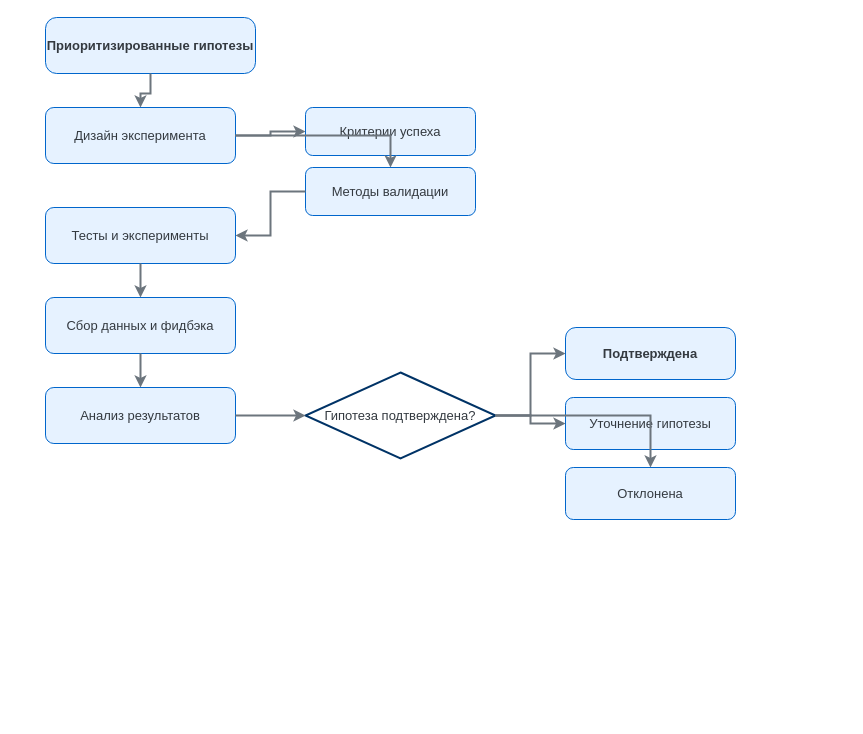
This is тестыИИ/discovery/drawio/02-phase-2-1-validation.drawio from jackrescuer-gif/Discovery-in-value, a draw.io file, before an edit. Source tidied: cells renumbered, new cells numbered last; positions are measured from the earlier drawing's top-left corner, leaving out a move shared by most shapes. Both pictures are drawn from the tidied source at 100%, with x=0, y=0 at pixel (45, 17).
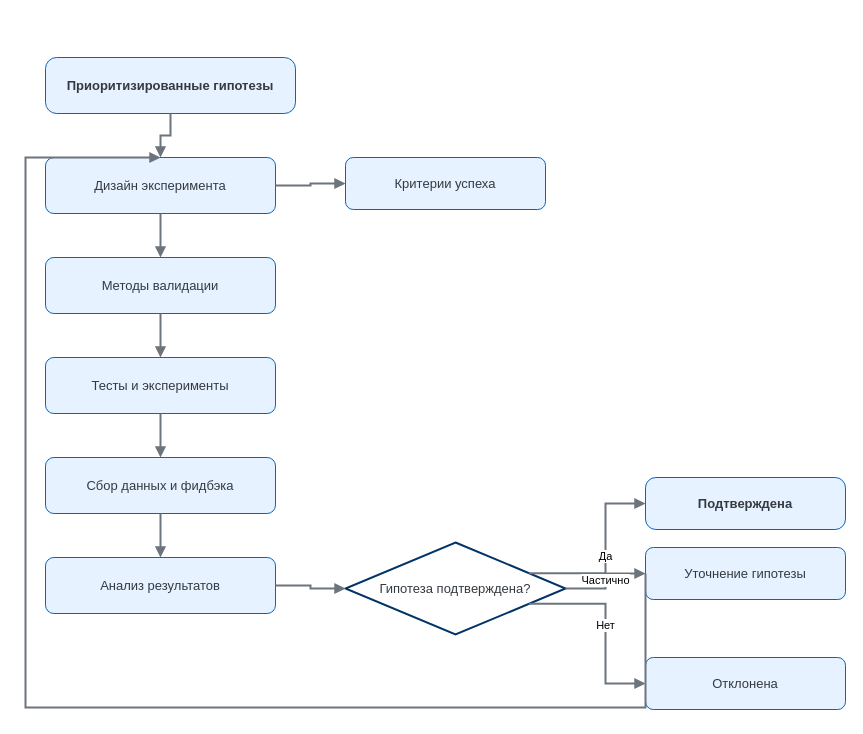
The same page after the edit.

The edit, as a diff of the source:
```diff
@@
     <mxCell id="2" value="Приоритизированные гипотезы" style="rounded=1;whiteSpace=wrap;html=1;arcSize=20;fillColor=#E6F2FF;strokeColor=#0066CC;fontColor=#343A40;fontSize=13;fontStyle=1;" parent="1" vertex="1">
-      <mxGeometry width="210" height="56" as="geometry" />
+      <mxGeometry y="40" width="250" height="56" as="geometry" />
     </mxCell>
     <mxCell id="3" value="Дизайн эксперимента" style="rounded=1;whiteSpace=wrap;html=1;fillColor=#E6F2FF;strokeColor=#0066CC;fontColor=#343A40;fontSize=13;" parent="1" vertex="1">
-      <mxGeometry y="90" width="190" height="56" as="geometry" />
+      <mxGeometry y="140" width="230" height="56" as="geometry" />
     </mxCell>
     <mxCell id="4" value="Критерии успеха" style="rounded=1;whiteSpace=wrap;html=1;fillColor=#E6F2FF;strokeColor=#0066CC;fontColor=#343A40;fontSize=13;" parent="1" vertex="1">
-      <mxGeometry x="260" y="90" width="170" height="48" as="geometry" />
+      <mxGeometry x="300" y="140" width="200" height="52" as="geometry" />
     </mxCell>
     <mxCell id="5" value="Методы валидации" style="rounded=1;whiteSpace=wrap;html=1;fillColor=#E6F2FF;strokeColor=#0066CC;fontColor=#343A40;fontSize=13;" parent="1" vertex="1">
-      <mxGeometry x="260" y="150" width="170" height="48" as="geometry" />
+      <mxGeometry y="240" width="230" height="56" as="geometry" />
     </mxCell>
     <mxCell id="6" value="Тесты и эксперименты" style="rounded=1;whiteSpace=wrap;html=1;fillColor=#E6F2FF;strokeColor=#0066CC;fontColor=#343A40;fontSize=13;" parent="1" vertex="1">
-      <mxGeometry y="190" width="190" height="56" as="geometry" />
+      <mxGeometry y="340" width="230" height="56" as="geometry" />
     </mxCell>
     <mxCell id="7" value="Сбор данных и фидбэка" style="rounded=1;whiteSpace=wrap;html=1;fillColor=#E6F2FF;strokeColor=#0066CC;fontColor=#343A40;fontSize=13;" parent="1" vertex="1">
-      <mxGeometry y="280" width="190" height="56" as="geometry" />
+      <mxGeometry y="440" width="230" height="56" as="geometry" />
     </mxCell>
     <mxCell id="8" value="Анализ результатов" style="rounded=1;whiteSpace=wrap;html=1;fillColor=#E6F2FF;strokeColor=#0066CC;fontColor=#343A40;fontSize=13;" parent="1" vertex="1">
-      <mxGeometry y="370" width="190" height="56" as="geometry" />
+      <mxGeometry y="540" width="230" height="56" as="geometry" />
     </mxCell>
     <mxCell id="9" value="Гипотеза подтверждена?" style="rhombus;whiteSpace=wrap;html=1;fillColor=#FFFFFF;strokeColor=#003366;strokeWidth=2;fontColor=#343A40;fontSize=13;" parent="1" vertex="1">
-      <mxGeometry x="260" y="355" width="190" height="86" as="geometry" />
+      <mxGeometry x="300" y="525" width="220" height="92" as="geometry" />
     </mxCell>
     <mxCell id="10" value="Подтверждена" style="rounded=1;whiteSpace=wrap;html=1;arcSize=20;fillColor=#E6F2FF;strokeColor=#0066CC;fontColor=#343A40;fontSize=13;fontStyle=1;" parent="1" vertex="1">
-      <mxGeometry x="520" y="310" width="170" height="52" as="geometry" />
+      <mxGeometry x="600" y="460" width="200" height="52" as="geometry" />
     </mxCell>
     <mxCell id="11" value="Уточнение гипотезы" style="rounded=1;whiteSpace=wrap;html=1;fillColor=#E6F2FF;strokeColor=#0066CC;fontColor=#343A40;fontSize=13;" parent="1" vertex="1">
-      <mxGeometry x="520" y="380" width="170" height="52" as="geometry" />
+      <mxGeometry x="600" y="530" width="200" height="52" as="geometry" />
     </mxCell>
     <mxCell id="12" value="Отклонена" style="rounded=1;whiteSpace=wrap;html=1;fillColor=#E6F2FF;strokeColor=#0066CC;fontColor=#343A40;fontSize=13;" parent="1" vertex="1">
-      <mxGeometry x="520" y="450" width="170" height="52" as="geometry" />
+      <mxGeometry x="600" y="640" width="200" height="52" as="geometry" />
     </mxCell>
-    <mxCell id="13" style="edgeStyle=orthogonalEdgeStyle;rounded=0;jettySize=auto;html=1;strokeColor=#6C757D;strokeWidth=2;" parent="1" edge="1" source="2" target="3">
+    <mxCell id="13" style="edgeStyle=orthogonalEdgeStyle;rounded=0;jettySize=auto;html=1;strokeColor=#6C757D;strokeWidth=2;endArrow=block;endFill=1;exitX=0.5;exitY=1;entryX=0.5;entryY=0;" parent="1" edge="1" source="2" target="3">
       <mxGeometry relative="1" as="geometry" />
     </mxCell>
-    <mxCell id="14" style="edgeStyle=orthogonalEdgeStyle;rounded=0;jettySize=auto;html=1;strokeColor=#6C757D;strokeWidth=2;" parent="1" edge="1" source="3" target="4">
+    <mxCell id="14" style="edgeStyle=orthogonalEdgeStyle;rounded=0;jettySize=auto;html=1;strokeColor=#6C757D;strokeWidth=2;endArrow=block;endFill=1;exitX=1;exitY=0.5;entryX=0;entryY=0.5;" parent="1" edge="1" source="3" target="4">
       <mxGeometry relative="1" as="geometry" />
     </mxCell>
-    <mxCell id="15" style="edgeStyle=orthogonalEdgeStyle;rounded=0;jettySize=auto;html=1;strokeColor=#6C757D;strokeWidth=2;" parent="1" edge="1" source="3" target="5">
+    <mxCell id="15" style="edgeStyle=orthogonalEdgeStyle;rounded=0;jettySize=auto;html=1;strokeColor=#6C757D;strokeWidth=2;endArrow=block;endFill=1;exitX=0.5;exitY=1;entryX=0.5;entryY=0;" parent="1" edge="1" source="3" target="5">
       <mxGeometry relative="1" as="geometry" />
     </mxCell>
-    <mxCell id="16" style="edgeStyle=orthogonalEdgeStyle;rounded=0;jettySize=auto;html=1;strokeColor=#6C757D;strokeWidth=2;" parent="1" edge="1" source="5" target="6">
+    <mxCell id="16" style="edgeStyle=orthogonalEdgeStyle;rounded=0;jettySize=auto;html=1;strokeColor=#6C757D;strokeWidth=2;endArrow=block;endFill=1;exitX=0.5;exitY=1;entryX=0.5;entryY=0;" parent="1" edge="1" source="5" target="6">
       <mxGeometry relative="1" as="geometry" />
     </mxCell>
-    <mxCell id="17" style="edgeStyle=orthogonalEdgeStyle;rounded=0;jettySize=auto;html=1;strokeColor=#6C757D;strokeWidth=2;" parent="1" edge="1" source="6" target="7">
+    <mxCell id="17" style="edgeStyle=orthogonalEdgeStyle;rounded=0;jettySize=auto;html=1;strokeColor=#6C757D;strokeWidth=2;endArrow=block;endFill=1;exitX=0.5;exitY=1;entryX=0.5;entryY=0;" parent="1" edge="1" source="6" target="7">
       <mxGeometry relative="1" as="geometry" />
     </mxCell>
-    <mxCell id="18" style="edgeStyle=orthogonalEdgeStyle;rounded=0;jettySize=auto;html=1;strokeColor=#6C757D;strokeWidth=2;" parent="1" edge="1" source="7" target="8">
+    <mxCell id="18" style="edgeStyle=orthogonalEdgeStyle;rounded=0;jettySize=auto;html=1;strokeColor=#6C757D;strokeWidth=2;endArrow=block;endFill=1;exitX=0.5;exitY=1;entryX=0.5;entryY=0;" parent="1" edge="1" source="7" target="8">
       <mxGeometry relative="1" as="geometry" />
     </mxCell>
-    <mxCell id="19" style="edgeStyle=orthogonalEdgeStyle;rounded=0;jettySize=auto;html=1;strokeColor=#6C757D;strokeWidth=2;" parent="1" edge="1" source="8" target="9">
+    <mxCell id="19" style="edgeStyle=orthogonalEdgeStyle;rounded=0;jettySize=auto;html=1;strokeColor=#6C757D;strokeWidth=2;endArrow=block;endFill=1;exitX=1;exitY=0.5;entryX=0;entryY=0.5;" parent="1" edge="1" source="8" target="9">
       <mxGeometry relative="1" as="geometry" />
     </mxCell>
-    <mxCell id="20" style="edgeStyle=orthogonalEdgeStyle;rounded=0;jettySize=auto;html=1;strokeColor=#6C757D;strokeWidth=2;" parent="1" edge="1" source="9" target="10">
+    <mxCell id="20" value="Да" style="edgeStyle=orthogonalEdgeStyle;rounded=0;jettySize=auto;html=1;strokeColor=#6C757D;strokeWidth=2;endArrow=block;endFill=1;exitX=1;exitY=0.25;entryX=0;entryY=0.5;" parent="1" edge="1" source="9" target="10">
       <mxGeometry relative="1" as="geometry" />
     </mxCell>
-    <mxCell id="21" style="edgeStyle=orthogonalEdgeStyle;rounded=0;jettySize=auto;html=1;strokeColor=#6C757D;strokeWidth=2;" parent="1" edge="1" source="9" target="11">
+    <mxCell id="21" value="Частично" style="edgeStyle=orthogonalEdgeStyle;rounded=0;jettySize=auto;html=1;strokeColor=#6C757D;strokeWidth=2;endArrow=block;endFill=1;exitX=1;exitY=0.5;entryX=0;entryY=0.5;" parent="1" edge="1" source="9" target="11">
       <mxGeometry relative="1" as="geometry" />
     </mxCell>
-    <mxCell id="22" style="edgeStyle=orthogonalEdgeStyle;rounded=0;jettySize=auto;html=1;strokeColor=#6C757D;strokeWidth=2;" parent="1" edge="1" source="9" target="12">
+    <mxCell id="22" value="Нет" style="edgeStyle=orthogonalEdgeStyle;rounded=0;jettySize=auto;html=1;strokeColor=#6C757D;strokeWidth=2;endArrow=block;endFill=1;exitX=1;exitY=0.75;entryX=0;entryY=0.5;" parent="1" edge="1" source="9" target="12">
       <mxGeometry relative="1" as="geometry" />
     </mxCell>
+    <mxCell id="23" style="edgeStyle=orthogonalEdgeStyle;rounded=0;jettySize=auto;html=1;strokeColor=#6C757D;strokeWidth=2;endArrow=block;endFill=1;exitX=0;exitY=0.5;entryX=0.5;entryY=0;entryDx=0;entryDy=0;" parent="1" edge="1" source="11" target="3">
+      <mxGeometry relative="1" as="geometry">
+        <Array as="points">
+          <mxPoint x="520" y="690" />
+          <mxPoint x="-20" y="690" />
+          <mxPoint x="-20" y="168" />
+        </Array>
+      </mxGeometry>
+    </mxCell>
```
